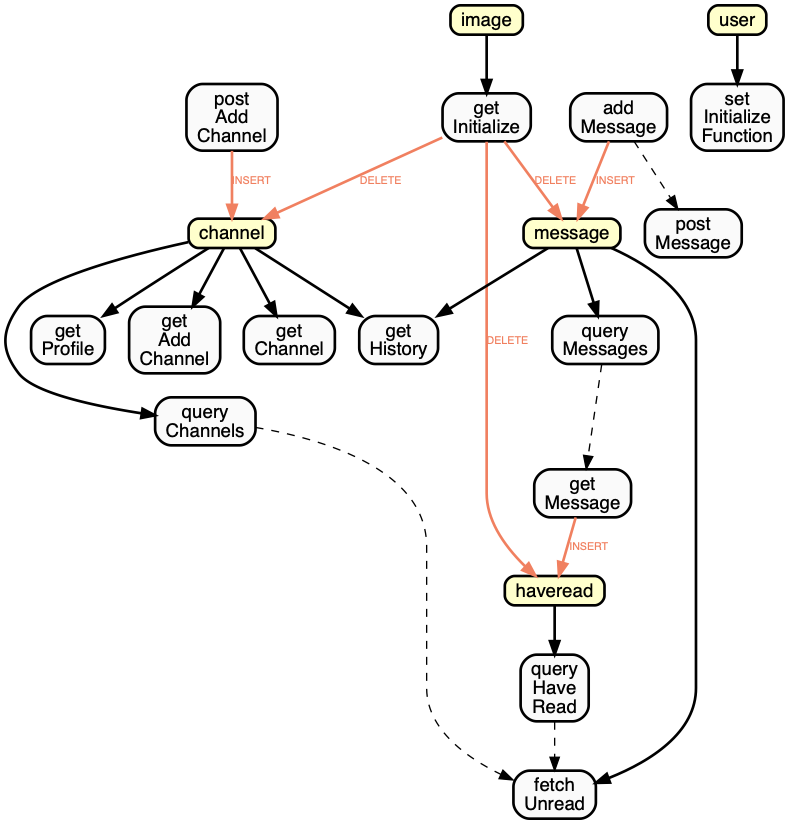
The Graphviz diagram utils/sqlmap.png in Muratam/isucon7q2019, before a commit. Its source is kept beside it as utils/sqlmap.dot.
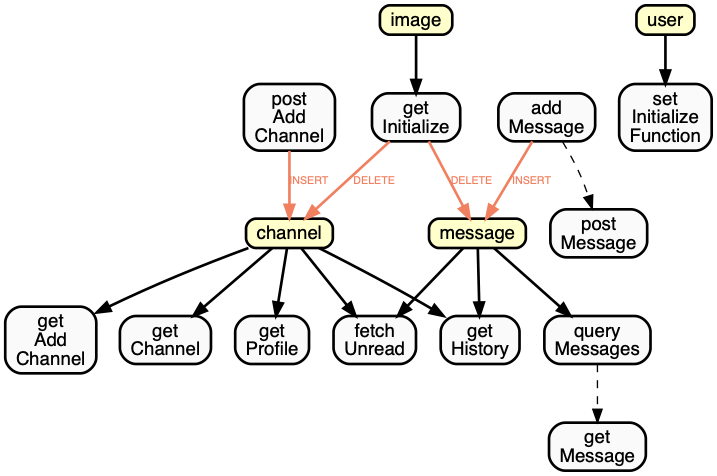
Later version of the same file.

The edit, as a diff of the source:
```diff
@@ -15,18 +15,7 @@
         fontname = "Helvetica",
         style = "dashed",
     ];
-      queryChannels -> fetchUnread;
-fetchUnread[label="fetch
-Unread"];
-queryChannels[label="query
-Channels"];
-queryHaveRead -> fetchUnread;
-fetchUnread[label="fetch
-Unread"];
-queryHaveRead[label="query
-Have
-Read"];
-queryMessages -> getMessage;
+      queryMessages -> getMessage;
 getMessage[label="get
 Message"];
 queryMessages[label="query
@@ -46,12 +35,12 @@
 channel[label="channel",shape=box, style="filled, bold, rounded", fillcolor="#ffffcc"];
 getInitialize -> message[style="bold",label="DELETE",color="#f08060",fontcolor="#f08060"];
 message[label="message",shape=box, style="filled, bold, rounded", fillcolor="#ffffcc"];
-getInitialize -> haveread[style="bold",label="DELETE",color="#f08060",fontcolor="#f08060"];
-haveread[label="haveread",shape=box, style="filled, bold, rounded", fillcolor="#ffffcc"];
 image -> getInitialize[style="bold"];
 image[label="image",shape=box, style="filled, bold, rounded", fillcolor="#ffffcc"];
 getInitialize[label="get
 Initialize"];
+channel -> fetchUnread[style="bold"];
+channel[label="channel",shape=box, style="filled, bold, rounded", fillcolor="#ffffcc"];
 message -> fetchUnread[style="bold"];
 message[label="message",shape=box, style="filled, bold, rounded", fillcolor="#ffffcc"];
 fetchUnread[label="fetch
@@ -79,19 +68,6 @@
 message[label="message",shape=box, style="filled, bold, rounded", fillcolor="#ffffcc"];
 queryMessages[label="query
 Messages"];
-getMessage -> haveread[style="bold",label="INSERT",color="#f08060",fontcolor="#f08060"];
-haveread[label="haveread",shape=box, style="filled, bold, rounded", fillcolor="#ffffcc"];
-getMessage[label="get
-Message"];
-channel -> queryChannels[style="bold"];
-channel[label="channel",shape=box, style="filled, bold, rounded", fillcolor="#ffffcc"];
-queryChannels[label="query
-Channels"];
-haveread -> queryHaveRead[style="bold"];
-haveread[label="haveread",shape=box, style="filled, bold, rounded", fillcolor="#ffffcc"];
-queryHaveRead[label="query
-Have
-Read"];
 addMessage -> message[style="bold",label="INSERT",color="#f08060",fontcolor="#f08060"];
 message[label="message",shape=box, style="filled, bold, rounded", fillcolor="#ffffcc"];
 addMessage[label="add
```
